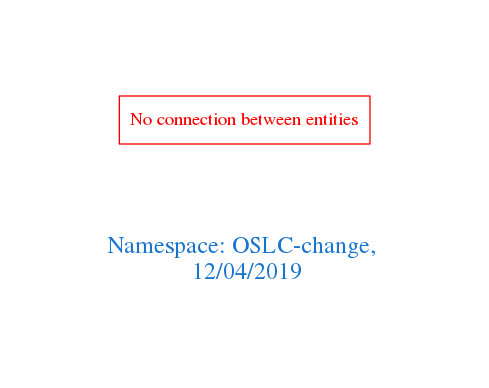
arago/OGIT keeps this Graphviz diagram as downloads/OSLC-change.png. Above is the earlier version. Its source is kept beside it as downloads/OSLC-change.dot.
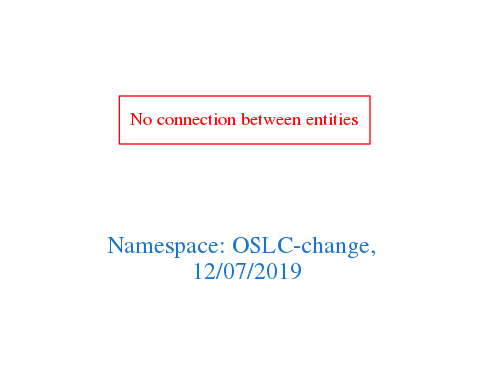
Later version of the same file.

Change to the diagram source:
```diff
@@ -1,7 +1,7 @@
 digraph OGIT_ontology {
  graph [ rankdir= LR,pad=1
 fontsize = 18,
-fontcolor= dodgerblue3,label = "\n\n\nNamespace: OSLC-change, \n 12/04/2019"];
+fontcolor= dodgerblue3,label = "\n\n\nNamespace: OSLC-change, \n 12/07/2019"];
 node[shape=polygon];
 edge [  color="gray81"];
 
```
